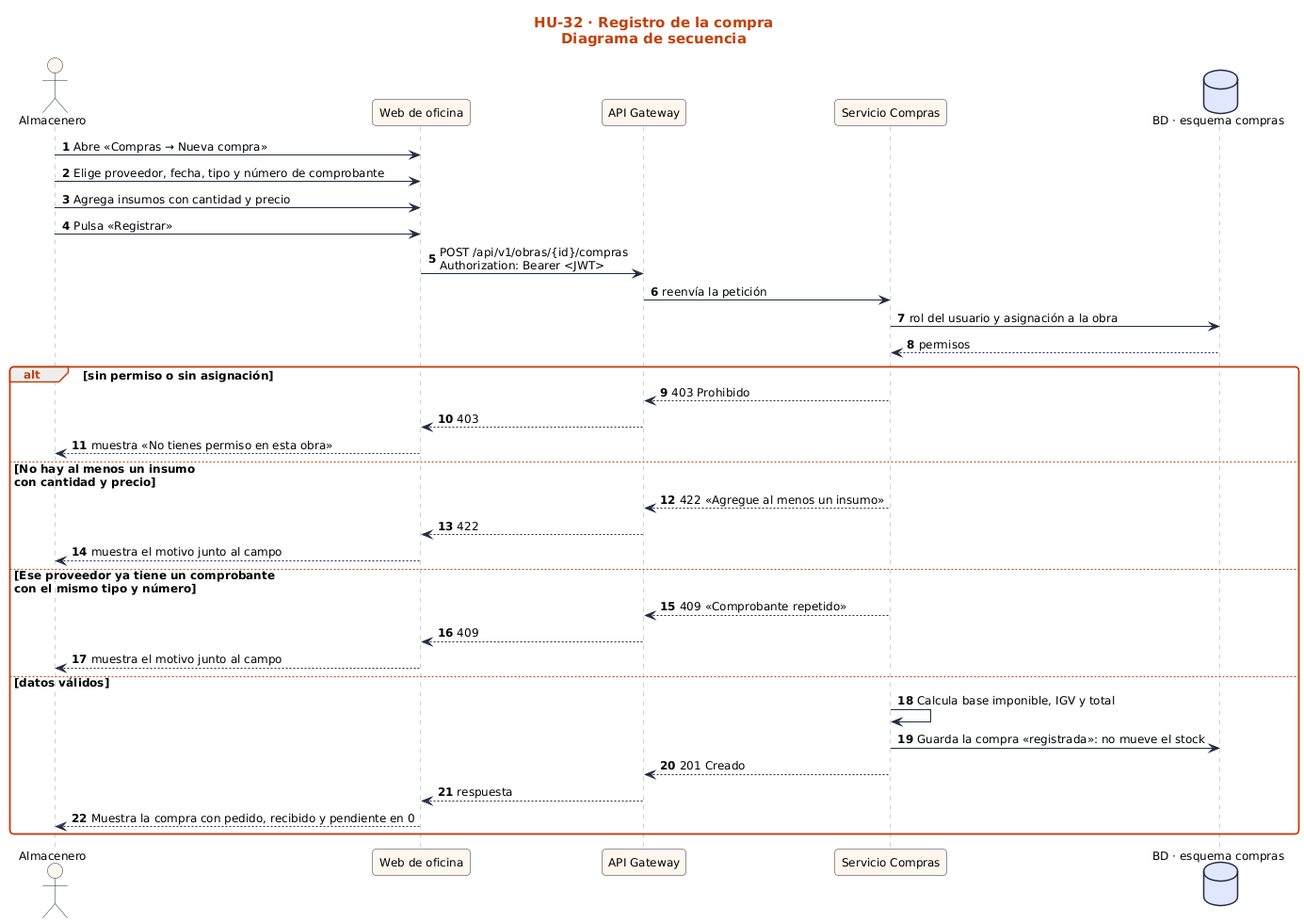
This is docs/sprint-2/diagramas-hu/hu-32-registro-de-la-compra/secuencia.png from nandoestebanif/sevens-sigro, a PlantUML export, as it was before one commit.
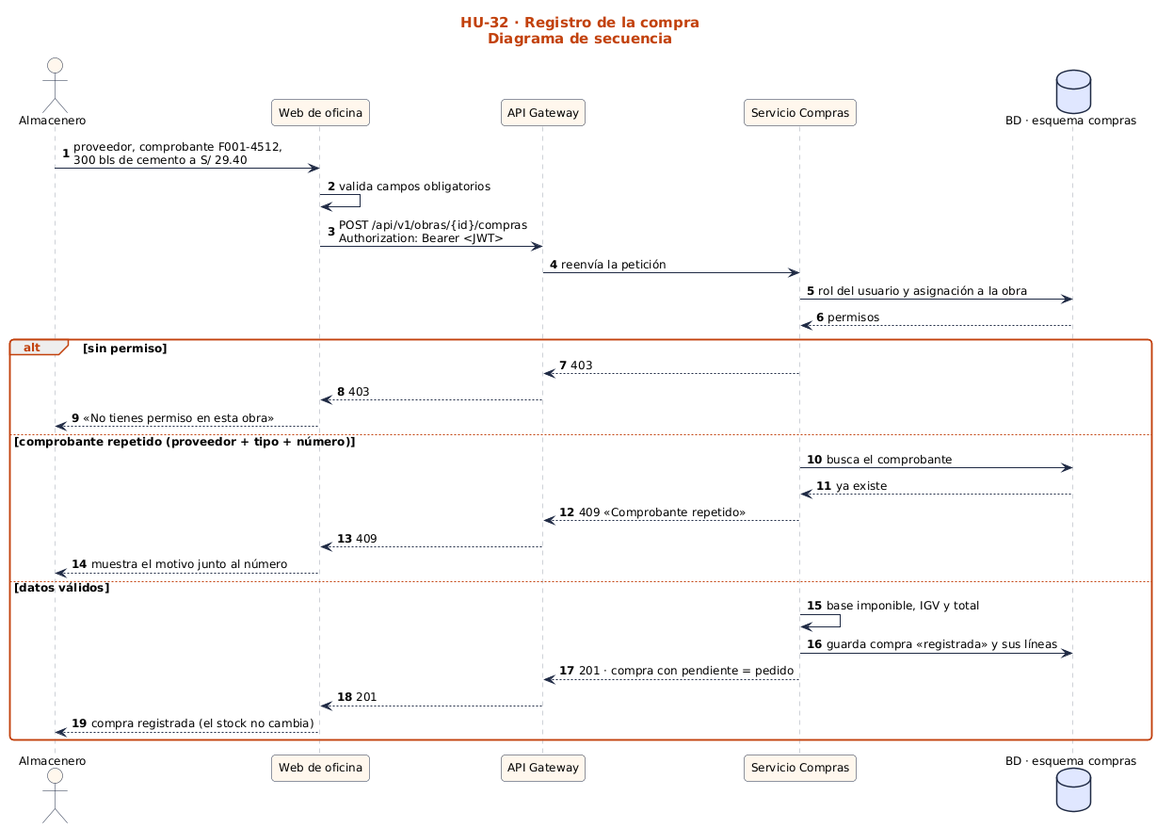
After the commit.

Change to the diagram source:
```diff
@@ -5,33 +5,29 @@
 actor "Almacenero" as U
 participant "Web de oficina" as UI
 participant "API Gateway" as GW
-participant "Servicio Compras" as S
+participant "Servicio Compras" as SC
 database "BD · esquema compras" as BD
-U -> UI : Abre «Compras → Nueva compra»
-U -> UI : Elige proveedor, fecha, tipo y número de comprobante
-U -> UI : Agrega insumos con cantidad y precio
-U -> UI : Pulsa «Registrar»
+U -> UI : proveedor, comprobante F001-4512,\n300 bls de cemento a S/ 29.40
+UI -> UI : valida campos obligatorios
 UI -> GW : POST /api/v1/obras/{id}/compras\nAuthorization: Bearer <JWT>
-GW -> S : reenvía la petición
-S -> BD : rol del usuario y asignación a la obra
-BD --> S : permisos
-alt sin permiso o sin asignación
-  S --> GW : 403 Prohibido
+GW -> SC : reenvía la petición
+SC -> BD : rol del usuario y asignación a la obra
+BD --> SC : permisos
+alt sin permiso
+  SC --> GW : 403
   GW --> UI : 403
-  UI --> U : muestra «No tienes permiso en esta obra»
-else No hay al menos un insumo\ncon cantidad y precio
-  S --> GW : 422 «Agregue al menos un insumo»
-  GW --> UI : 422
-  UI --> U : muestra el motivo junto al campo
-else Ese proveedor ya tiene un comprobante\ncon el mismo tipo y número
-  S --> GW : 409 «Comprobante repetido»
+  UI --> U : «No tienes permiso en esta obra»
+else comprobante repetido (proveedor + tipo + número)
+  SC -> BD : busca el comprobante
+  BD --> SC : ya existe
+  SC --> GW : 409 «Comprobante repetido»
   GW --> UI : 409
-  UI --> U : muestra el motivo junto al campo
+  UI --> U : muestra el motivo junto al número
 else datos válidos
-  S -> S : Calcula base imponible, IGV y total
-  S -> BD : Guarda la compra «registrada»: no mueve el stock
-  S --> GW : 201 Creado
-  GW --> UI : respuesta
-  UI --> U : Muestra la compra con pedido, recibido y pendiente en 0
+  SC -> SC : base imponible, IGV y total
+  SC -> BD : guarda compra «registrada» y sus líneas
+  SC --> GW : 201 · compra con pendiente = pedido
+  GW --> UI : 201
+  UI --> U : compra registrada (el stock no cambia)
 end
 @enduml
```
